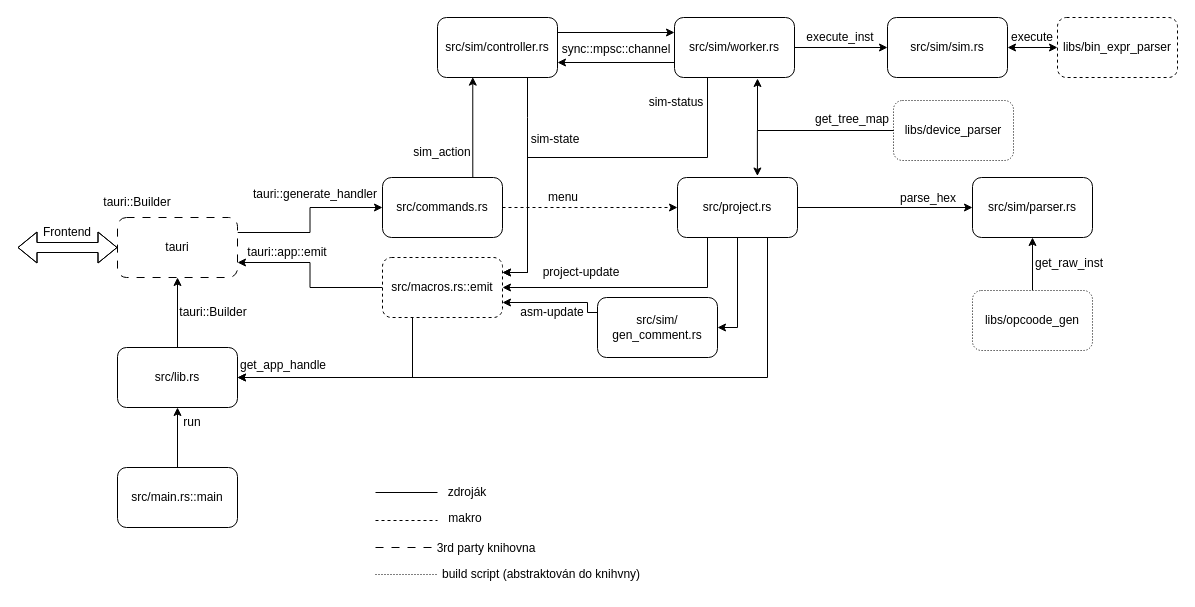
Lazox12/avr-simulator-rs keeps this draw.io diagram as doc/be.drawio. Above is the earlier version. Source tidied: cells renumbered, new cells numbered last; positions are measured from the earlier drawing's top-left corner, leaving out a move shared by most shapes. Both pictures are drawn from the tidied source at 100%, with x=0, y=0 at pixel (17, 17).
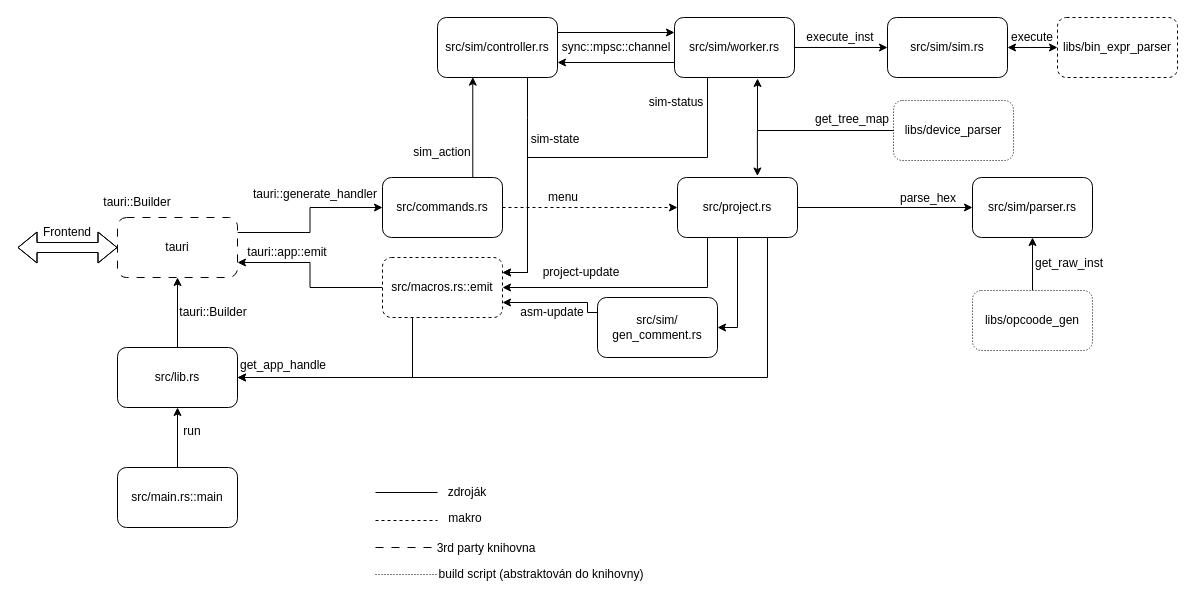
The same page after the edit.

The edit, as a diff of the source:
```diff
@@
     <mxCell id="39" value="sync::mpsc::channel" style="text;html=1;whiteSpace=wrap;strokeColor=none;fillColor=none;align=center;verticalAlign=middle;rounded=0;" parent="1" vertex="1">
-      <mxGeometry x="569" y="17" width="60" height="30" as="geometry" />
+      <mxGeometry x="569" y="15" width="60" height="30" as="geometry" />
     </mxCell>
@@
     <mxCell id="56" value="run" style="text;html=1;whiteSpace=wrap;strokeColor=none;fillColor=none;align=center;verticalAlign=middle;rounded=0;" parent="1" vertex="1">
-      <mxGeometry x="145" y="390" width="60" height="30" as="geometry" />
+      <mxGeometry x="145" y="399" width="60" height="30" as="geometry" />
     </mxCell>
@@
-    <mxCell id="64" value="build script (abstraktován do knihvny)" style="text;html=1;whiteSpace=wrap;strokeColor=none;fillColor=none;align=center;verticalAlign=middle;rounded=0;" parent="1" vertex="1">
+    <mxCell id="64" value="build script (abstraktován do knihovny)" style="text;html=1;whiteSpace=wrap;strokeColor=none;fillColor=none;align=center;verticalAlign=middle;rounded=0;" parent="1" vertex="1">
       <mxGeometry x="418" y="542" width="212" height="30" as="geometry" />
     </mxCell>
```
